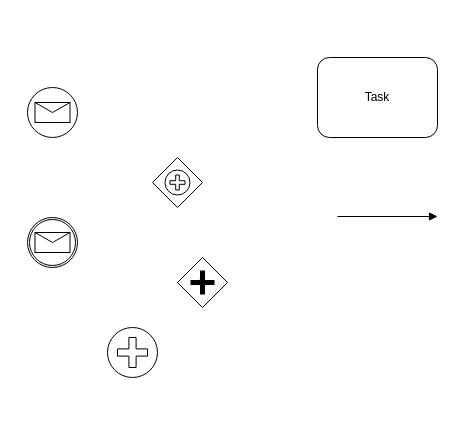
kucingtakucin/Proses-Bisnis-dan-SIM keeps this draw.io diagram as Tugas/quiz-bpmn.drawio. Above is the earlier version. Source tidied: cells renumbered, new cells numbered last; positions are measured from the earlier drawing's top-left corner, leaving out a move shared by most shapes. Both pictures are drawn from the tidied source at 100%, with x=0, y=0 at pixel (27, 57).
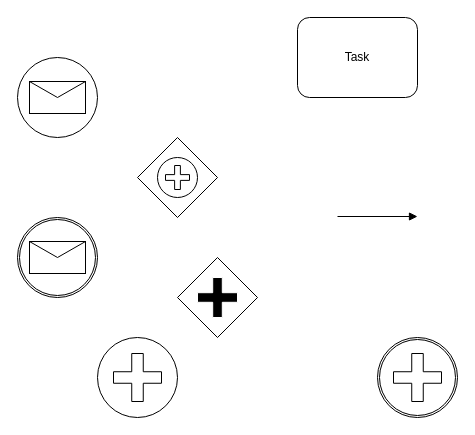
After the change.

Change to the diagram source:
```diff
@@
 <mxGraphModel>
   <root>
     <mxCell id="0" />
     <mxCell id="1" parent="0" />
     <mxCell id="2" style="shape=mxgraph.bpmn.shape;html=1;verticalLabelPosition=bottom;labelBackgroundColor=#ffffff;verticalAlign=top;align=center;perimeter=ellipsePerimeter;outline=standard;symbol=message;" parent="1" vertex="1">
-      <mxGeometry y="30" width="50" height="50" as="geometry" />
+      <mxGeometry x="-10" width="80" height="80" as="geometry" />
     </mxCell>
     <mxCell id="3" style="shape=mxgraph.bpmn.shape;html=1;verticalLabelPosition=bottom;labelBackgroundColor=#ffffff;verticalAlign=top;align=center;perimeter=ellipsePerimeter;outline=catching;symbol=message;" parent="1" vertex="1">
-      <mxGeometry y="160" width="50" height="50" as="geometry" />
+      <mxGeometry x="-10" y="160" width="80" height="80" as="geometry" />
     </mxCell>
     <mxCell id="4" style="shape=mxgraph.bpmn.shape;html=1;verticalLabelPosition=bottom;labelBackgroundColor=#ffffff;verticalAlign=top;align=center;perimeter=rhombusPerimeter;background=gateway;outline=standard;symbol=parallelMultiple;" parent="1" vertex="1">
-      <mxGeometry x="125" y="100" width="50" height="50" as="geometry" />
+      <mxGeometry x="110" y="80" width="80" height="80" as="geometry" />
     </mxCell>
     <mxCell id="5" style="shape=mxgraph.bpmn.shape;html=1;verticalLabelPosition=bottom;labelBackgroundColor=#ffffff;verticalAlign=top;align=center;perimeter=rhombusPerimeter;background=gateway;outline=none;symbol=parallelGw;" parent="1" vertex="1">
-      <mxGeometry x="150" y="200" width="50" height="50" as="geometry" />
+      <mxGeometry x="150" y="200" width="80" height="80" as="geometry" />
     </mxCell>
     <mxCell id="6" style="shape=mxgraph.bpmn.shape;html=1;verticalLabelPosition=bottom;labelBackgroundColor=#ffffff;verticalAlign=top;align=center;perimeter=ellipsePerimeter;outline=standard;symbol=parallelMultiple;" parent="1" vertex="1">
-      <mxGeometry x="80" y="270" width="50" height="50" as="geometry" />
+      <mxGeometry x="70" y="280" width="80" height="80" as="geometry" />
     </mxCell>
     <mxCell id="7" value="Task" style="shape=ext;rounded=1;html=1;whiteSpace=wrap;" parent="1" vertex="1">
-      <mxGeometry x="290" width="120" height="80" as="geometry" />
+      <mxGeometry x="270" y="-40" width="120" height="80" as="geometry" />
     </mxCell>
     <mxCell id="8" style="endArrow=block;endFill=1;endSize=6;html=1;" parent="1" edge="1">
       <mxGeometry relative="1" as="geometry">
         <mxPoint x="310" y="159" as="sourcePoint" />
-        <mxPoint x="410" y="159" as="targetPoint" />
+        <mxPoint x="390" y="159" as="targetPoint" />
       </mxGeometry>
     </mxCell>
+    <mxCell id="9" style="shape=mxgraph.bpmn.shape;html=1;verticalLabelPosition=bottom;labelBackgroundColor=#ffffff;verticalAlign=top;align=center;perimeter=ellipsePerimeter;outline=catching;symbol=parallelMultiple;" parent="1" vertex="1">
+      <mxGeometry x="350" y="280" width="80" height="80" as="geometry" />
+    </mxCell>
   </root>
 </mxGraphModel>
```
